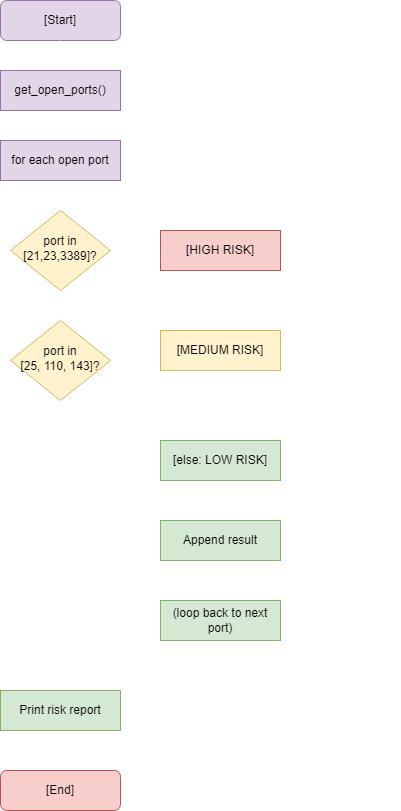
Junyong0619/COMP2152_Assignment-2 keeps this draw.io diagram as diagram_101539862.png. Above is the earlier version. Source tidied: cells renumbered, new cells last; positions are measured from the earlier drawing's top-left corner, leaving out a move shared by most shapes.
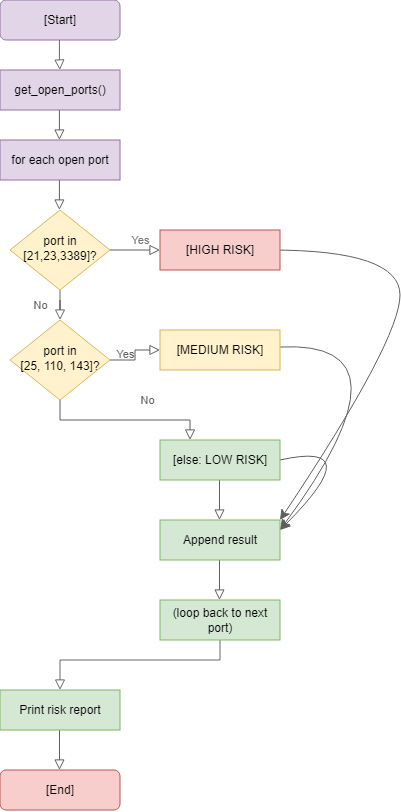
The same file after the commit.

Commit message:
Update diagram with corrected flowchart

The edit, as a diff of the source:
```diff
@@ -2,22 +2,22 @@
   <root>
     <mxCell id="0" />
     <mxCell id="1" parent="0" />
-    <mxCell id="2" style="rounded=0;html=1;jettySize=auto;orthogonalLoop=1;fontSize=11;endArrow=block;endFill=0;endSize=8;strokeWidth=1;shadow=0;labelBackgroundColor=none;edgeStyle=orthogonalEdgeStyle;strokeColor=#FFFFFF;" parent="1" edge="1">
+    <mxCell id="2" style="rounded=0;html=1;jettySize=auto;orthogonalLoop=1;fontSize=11;endArrow=block;endFill=0;endSize=8;strokeWidth=1;shadow=0;labelBackgroundColor=none;edgeStyle=orthogonalEdgeStyle;strokeColor=#5E5E5E;" parent="1" edge="1">
       <mxGeometry relative="1" as="geometry">
         <mxPoint x="59.4" y="110" as="sourcePoint" />
         <mxPoint x="59.4" y="140" as="targetPoint" />
       </mxGeometry>
     </mxCell>
-    <mxCell id="3" value="&lt;font style=&quot;color: rgb(255, 255, 255);&quot;&gt;No&lt;/font&gt;" style="rounded=0;html=1;jettySize=auto;fontSize=11;endArrow=block;endFill=0;endSize=8;strokeWidth=1;shadow=0;labelBackgroundColor=none;edgeStyle=orthogonalEdgeStyle;strokeColor=#FFFFFF;" parent="1" edge="1" source="5" target="9">
+    <mxCell id="3" value="&lt;font style=&quot;color: rgb(94, 94, 94);&quot;&gt;No&lt;/font&gt;" style="rounded=0;html=1;jettySize=auto;fontSize=11;endArrow=block;endFill=0;endSize=8;strokeWidth=1;shadow=0;labelBackgroundColor=none;edgeStyle=orthogonalEdgeStyle;strokeColor=#686868;" parent="1" edge="1" source="5" target="9">
       <mxGeometry y="20" relative="1" as="geometry" />
     </mxCell>
-    <mxCell id="4" value="&lt;font style=&quot;color: rgb(255, 255, 255);&quot;&gt;Yes&lt;/font&gt;" style="edgeStyle=orthogonalEdgeStyle;rounded=0;html=1;jettySize=auto;fontSize=11;endArrow=block;endFill=0;endSize=8;strokeWidth=1;shadow=0;labelBackgroundColor=none;entryX=0;entryY=0.5;entryDx=0;entryDy=0;strokeColor=#FFFFFF;" parent="1" edge="1" source="5" target="22">
-      <mxGeometry y="10" relative="1" as="geometry" />
+    <mxCell id="4" value="&lt;font style=&quot;color: rgb(116, 116, 116);&quot;&gt;Yes&lt;/font&gt;" style="edgeStyle=orthogonalEdgeStyle;rounded=0;html=1;jettySize=auto;fontSize=11;endArrow=block;endFill=0;endSize=8;strokeWidth=1;shadow=0;labelBackgroundColor=none;entryX=0;entryY=0.5;entryDx=0;entryDy=0;strokeColor=#5E5E5E;" parent="1" edge="1" source="5" target="22">
+      <mxGeometry x="0.21" y="10" relative="1" as="geometry" />
     </mxCell>
     <mxCell id="5" value="port in [21,23,3389]?" style="rhombus;whiteSpace=wrap;html=1;shadow=0;fontFamily=Helvetica;fontSize=12;align=center;strokeWidth=1;spacing=6;spacingTop=-4;fillColor=#fff2cc;strokeColor=#d6b656;" parent="1" vertex="1">
       <mxGeometry x="10" y="210" width="100" height="80" as="geometry" />
     </mxCell>
-    <mxCell id="6" style="edgeStyle=none;curved=1;rounded=0;orthogonalLoop=1;jettySize=auto;html=1;entryX=1;entryY=0;entryDx=0;entryDy=0;fontSize=12;startSize=8;endSize=8;strokeColor=#FFFFFF;" parent="1" edge="1">
+    <mxCell id="6" style="edgeStyle=none;curved=1;rounded=0;orthogonalLoop=1;jettySize=auto;html=1;entryX=1;entryY=0;entryDx=0;entryDy=0;fontSize=12;startSize=8;endSize=8;strokeColor=#5E5E5E;" parent="1" edge="1">
       <mxGeometry relative="1" as="geometry">
         <mxPoint x="270" y="250" as="sourcePoint" />
         <mxPoint x="280" y="520" as="targetPoint" />
@@ -27,7 +27,7 @@
         </Array>
       </mxGeometry>
     </mxCell>
-    <mxCell id="7" value="&lt;font style=&quot;color: rgb(255, 255, 255);&quot;&gt;No&lt;/font&gt;" style="rounded=0;html=1;jettySize=auto;orthogonalLoop=1;fontSize=11;endArrow=block;endFill=0;endSize=8;strokeWidth=1;shadow=0;labelBackgroundColor=none;edgeStyle=orthogonalEdgeStyle;strokeColor=#FFFFFF;" parent="1" edge="1">
+    <mxCell id="7" value="&lt;font style=&quot;color: rgb(94, 94, 94);&quot;&gt;No&lt;/font&gt;" style="rounded=0;html=1;jettySize=auto;orthogonalLoop=1;fontSize=11;endArrow=block;endFill=0;endSize=8;strokeWidth=1;shadow=0;labelBackgroundColor=none;edgeStyle=orthogonalEdgeStyle;strokeColor=#5E5E5E;" parent="1" edge="1">
       <mxGeometry x="0.33" y="20" relative="1" as="geometry">
         <mxPoint x="50" y="390" as="sourcePoint" />
         <mxPoint x="190" y="440" as="targetPoint" />
@@ -38,7 +38,7 @@
         </Array>
       </mxGeometry>
     </mxCell>
-    <mxCell id="8" value="&lt;font style=&quot;color: rgb(255, 255, 255);&quot;&gt;Yes&lt;/font&gt;" style="edgeStyle=orthogonalEdgeStyle;rounded=0;html=1;jettySize=auto;fontSize=11;endArrow=block;endFill=0;endSize=8;strokeWidth=1;shadow=0;labelBackgroundColor=none;strokeColor=#FFFFFF;" parent="1" edge="1" source="9">
+    <mxCell id="8" value="&lt;font style=&quot;color: rgb(94, 94, 94);&quot;&gt;Yes&lt;/font&gt;" style="edgeStyle=orthogonalEdgeStyle;rounded=0;html=1;jettySize=auto;fontSize=11;endArrow=block;endFill=0;endSize=8;strokeWidth=1;shadow=0;labelBackgroundColor=none;strokeColor=#5E5E5E;" parent="1" edge="1" source="9">
       <mxGeometry x="-0.5" y="6" relative="1" as="geometry">
         <mxPoint x="160" y="350" as="targetPoint" />
       </mxGeometry>
@@ -46,7 +46,7 @@
     <mxCell id="9" value="port in &lt;br&gt;[25, 110, 143]?" style="rhombus;whiteSpace=wrap;html=1;shadow=0;fontFamily=Helvetica;fontSize=12;align=center;strokeWidth=1;spacing=6;spacingTop=-4;fillColor=#fff2cc;strokeColor=#d6b656;" parent="1" vertex="1">
       <mxGeometry x="10" y="320" width="100" height="80" as="geometry" />
     </mxCell>
-    <mxCell id="10" style="edgeStyle=none;curved=1;rounded=0;jettySize=auto;html=1;entryX=1;entryY=0.25;entryDx=0;entryDy=0;fontSize=12;startSize=8;endSize=8;exitX=1;exitY=0.5;exitDx=0;exitDy=0;strokeColor=#FFFFFF;" parent="1" edge="1" source="24">
+    <mxCell id="10" style="edgeStyle=none;curved=1;rounded=0;jettySize=auto;html=1;entryX=1;entryY=0.25;entryDx=0;entryDy=0;fontSize=12;startSize=8;endSize=8;exitX=1;exitY=0.5;exitDx=0;exitDy=0;strokeColor=#5E5E5E;" parent="1" edge="1" source="24">
       <mxGeometry relative="1" as="geometry">
         <mxPoint x="280" y="530" as="targetPoint" />
         <Array as="points">
@@ -54,7 +54,7 @@
         </Array>
       </mxGeometry>
     </mxCell>
-    <mxCell id="11" style="edgeStyle=none;curved=1;rounded=0;orthogonalLoop=1;jettySize=auto;html=1;entryX=1;entryY=0.25;entryDx=0;entryDy=0;fontSize=12;startSize=8;endSize=8;strokeColor=#FFFFFF;" parent="1" edge="1">
+    <mxCell id="11" style="edgeStyle=none;curved=1;rounded=0;orthogonalLoop=1;jettySize=auto;html=1;entryX=1;entryY=0.25;entryDx=0;entryDy=0;fontSize=12;startSize=8;endSize=8;strokeColor=#5E5E5E;" parent="1" edge="1">
       <mxGeometry relative="1" as="geometry">
         <mxPoint x="280" y="347" as="sourcePoint" />
         <mxPoint x="280" y="530" as="targetPoint" />
@@ -63,19 +63,19 @@
         </Array>
       </mxGeometry>
     </mxCell>
-    <mxCell id="12" style="rounded=0;html=1;jettySize=auto;orthogonalLoop=1;fontSize=11;endArrow=block;endFill=0;endSize=8;strokeWidth=1;shadow=0;labelBackgroundColor=none;edgeStyle=orthogonalEdgeStyle;strokeColor=light-dark(#ffffff, #ededed);" parent="1" edge="1">
+    <mxCell id="12" style="rounded=0;html=1;jettySize=auto;orthogonalLoop=1;fontSize=11;endArrow=block;endFill=0;endSize=8;strokeWidth=1;shadow=0;labelBackgroundColor=none;edgeStyle=orthogonalEdgeStyle;strokeColor=light-dark(#5E5E5E,#EDEDED);" parent="1" edge="1">
       <mxGeometry x="0.33" y="20" relative="1" as="geometry">
         <mxPoint x="219.5" y="480" as="sourcePoint" />
         <mxPoint x="219.5" y="520" as="targetPoint" />
       </mxGeometry>
     </mxCell>
-    <mxCell id="13" style="rounded=0;html=1;jettySize=auto;orthogonalLoop=1;fontSize=11;endArrow=block;endFill=0;endSize=8;strokeWidth=1;shadow=0;labelBackgroundColor=none;edgeStyle=orthogonalEdgeStyle;strokeColor=#FFFFFF;" parent="1" edge="1">
+    <mxCell id="13" style="rounded=0;html=1;jettySize=auto;orthogonalLoop=1;fontSize=11;endArrow=block;endFill=0;endSize=8;strokeWidth=1;shadow=0;labelBackgroundColor=none;edgeStyle=orthogonalEdgeStyle;strokeColor=#5E5E5E;" parent="1" edge="1">
       <mxGeometry x="0.33" y="20" relative="1" as="geometry">
         <mxPoint x="219.5" y="560" as="sourcePoint" />
         <mxPoint x="219.5" y="600" as="targetPoint" />
       </mxGeometry>
     </mxCell>
-    <mxCell id="14" style="rounded=0;html=1;jettySize=auto;orthogonalLoop=1;fontSize=11;endArrow=block;endFill=0;endSize=8;strokeWidth=1;shadow=0;labelBackgroundColor=none;edgeStyle=orthogonalEdgeStyle;entryX=0.5;entryY=0;entryDx=0;entryDy=0;exitX=0.5;exitY=1;exitDx=0;exitDy=0;strokeColor=#FFFFFF;" parent="1" edge="1">
+    <mxCell id="14" style="rounded=0;html=1;jettySize=auto;orthogonalLoop=1;fontSize=11;endArrow=block;endFill=0;endSize=8;strokeWidth=1;shadow=0;labelBackgroundColor=none;edgeStyle=orthogonalEdgeStyle;entryX=0.5;entryY=0;entryDx=0;entryDy=0;exitX=0.5;exitY=1;exitDx=0;exitDy=0;strokeColor=#686868;" parent="1" edge="1">
       <mxGeometry x="0.33" y="20" relative="1" as="geometry">
         <mxPoint x="220" y="640" as="sourcePoint" />
         <mxPoint x="60" y="690" as="targetPoint" />
@@ -91,13 +91,13 @@
     <mxCell id="16" value="[End]" style="rounded=1;whiteSpace=wrap;html=1;fillColor=#f8cecc;strokeColor=#b85450;glass=0;strokeWidth=1;shadow=0;" parent="1" vertex="1">
       <mxGeometry y="770" width="120" height="40" as="geometry" />
     </mxCell>
-    <mxCell id="17" style="rounded=0;html=1;jettySize=auto;orthogonalLoop=1;fontSize=11;endArrow=block;endFill=0;endSize=8;strokeWidth=1;shadow=0;labelBackgroundColor=none;edgeStyle=orthogonalEdgeStyle;strokeColor=#FFFFFF;" parent="1" edge="1">
+    <mxCell id="17" style="rounded=0;html=1;jettySize=auto;orthogonalLoop=1;fontSize=11;endArrow=block;endFill=0;endSize=8;strokeWidth=1;shadow=0;labelBackgroundColor=none;edgeStyle=orthogonalEdgeStyle;strokeColor=#5E5E5E;" parent="1" edge="1">
       <mxGeometry x="0.33" y="20" relative="1" as="geometry">
         <mxPoint x="59.5" y="730" as="sourcePoint" />
         <mxPoint x="59.5" y="770" as="targetPoint" />
       </mxGeometry>
     </mxCell>
-    <mxCell id="18" style="rounded=0;html=1;jettySize=auto;orthogonalLoop=1;fontSize=11;endArrow=block;endFill=0;endSize=8;strokeWidth=1;shadow=0;labelBackgroundColor=none;edgeStyle=orthogonalEdgeStyle;strokeColor=#FFFFFF;" parent="1" edge="1">
+    <mxCell id="18" style="rounded=0;html=1;jettySize=auto;orthogonalLoop=1;fontSize=11;endArrow=block;endFill=0;endSize=8;strokeWidth=1;shadow=0;labelBackgroundColor=none;edgeStyle=orthogonalEdgeStyle;strokeColor=#686868;" parent="1" edge="1">
       <mxGeometry relative="1" as="geometry">
         <mxPoint x="59.4" y="40" as="sourcePoint" />
         <mxPoint x="59.8" y="70" as="targetPoint" />
@@ -107,7 +107,7 @@
         </Array>
       </mxGeometry>
     </mxCell>
-    <mxCell id="19" style="rounded=0;html=1;jettySize=auto;orthogonalLoop=1;fontSize=11;endArrow=block;endFill=0;endSize=8;strokeWidth=1;shadow=0;labelBackgroundColor=none;edgeStyle=orthogonalEdgeStyle;strokeColor=#FFFFFF;" parent="1" edge="1">
+    <mxCell id="19" style="rounded=0;html=1;jettySize=auto;orthogonalLoop=1;fontSize=11;endArrow=block;endFill=0;endSize=8;strokeWidth=1;shadow=0;labelBackgroundColor=none;edgeStyle=orthogonalEdgeStyle;strokeColor=#5F5F5F;" parent="1" edge="1">
       <mxGeometry relative="1" as="geometry">
         <mxPoint x="59.4" y="180" as="sourcePoint" />
         <mxPoint x="59.4" y="210" as="targetPoint" />
```
